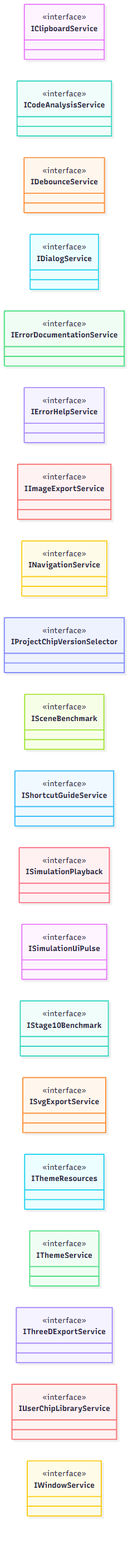
Before: docs/uml/images/support-app-02.png, a diagram exported from Mermaid (Ismail-DEV-dg/3D-physical-Technical-constructor). Its source is kept beside it as docs/uml/generated/support-app-02.mmd.
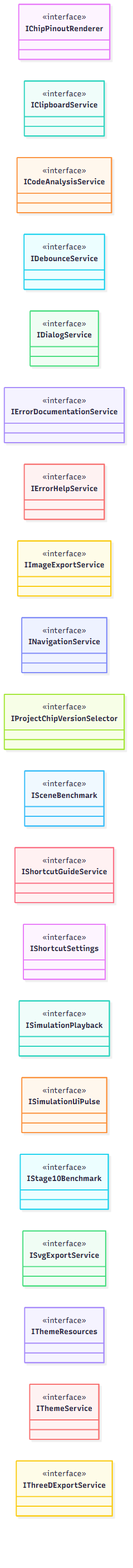
Later version of the same file.

Diff of the diagram source:
```diff
@@ -1,42 +1,42 @@
 classDiagram
     direction LR
-    class T01["IClipboardService"]
+    class T01["IChipPinoutRenderer"]
     <<interface>> T01
-    class T02["ICodeAnalysisService"]
+    class T02["IClipboardService"]
     <<interface>> T02
-    class T03["IDebounceService"]
+    class T03["ICodeAnalysisService"]
     <<interface>> T03
-    class T04["IDialogService"]
+    class T04["IDebounceService"]
     <<interface>> T04
-    class T05["IErrorDocumentationService"]
+    class T05["IDialogService"]
     <<interface>> T05
-    class T06["IErrorHelpService"]
+    class T06["IErrorDocumentationService"]
     <<interface>> T06
-    class T07["IImageExportService"]
+    class T07["IErrorHelpService"]
     <<interface>> T07
-    class T08["INavigationService"]
+    class T08["IImageExportService"]
     <<interface>> T08
-    class T09["IProjectChipVersionSelector"]
+    class T09["INavigationService"]
     <<interface>> T09
-    class T10["ISceneBenchmark"]
+    class T10["IProjectChipVersionSelector"]
     <<interface>> T10
-    class T11["IShortcutGuideService"]
+    class T11["ISceneBenchmark"]
     <<interface>> T11
-    class T12["ISimulationPlayback"]
+    class T12["IShortcutGuideService"]
     <<interface>> T12
-    class T13["ISimulationUiPulse"]
+    class T13["IShortcutSettings"]
     <<interface>> T13
-    class T14["IStage10Benchmark"]
+    class T14["ISimulationPlayback"]
     <<interface>> T14
-    class T15["ISvgExportService"]
+    class T15["ISimulationUiPulse"]
     <<interface>> T15
-    class T16["IThemeResources"]
+    class T16["IStage10Benchmark"]
     <<interface>> T16
-    class T17["IThemeService"]
+    class T17["ISvgExportService"]
     <<interface>> T17
-    class T18["IThreeDExportService"]
+    class T18["IThemeResources"]
     <<interface>> T18
-    class T19["IUserChipLibraryService"]
+    class T19["IThemeService"]
     <<interface>> T19
-    class T20["IWindowService"]
+    class T20["IThreeDExportService"]
     <<interface>> T20
```
